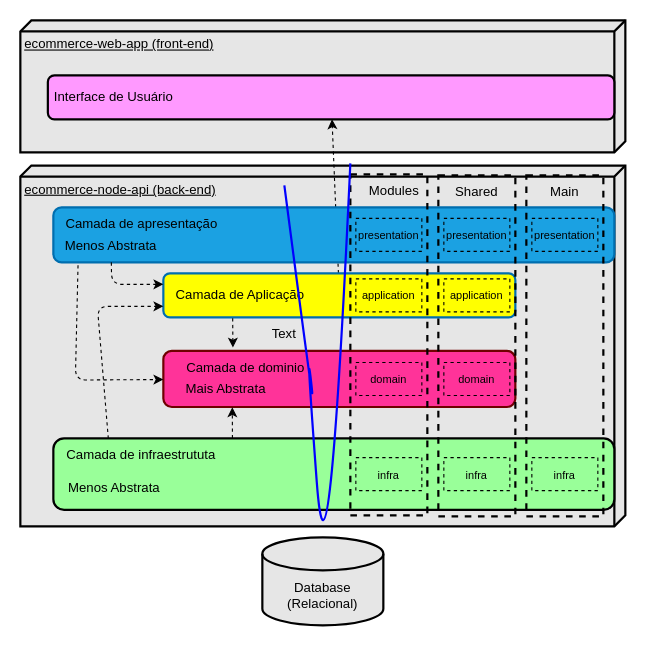
Above: page "Arquitetura em Camadas" (1 of 2) of requirements/ecommerce-arquitetura.drawio in EvilazioNeto/ecommerce-node-api (draw.io), before the change. Source tidied: cells renumbered, new cells numbered last; positions are measured from the earlier drawing's top-left corner, leaving out a move shared by most shapes. Both pictures are drawn from the tidied source at 110%, with x=0, y=0 at pixel (20, 20).
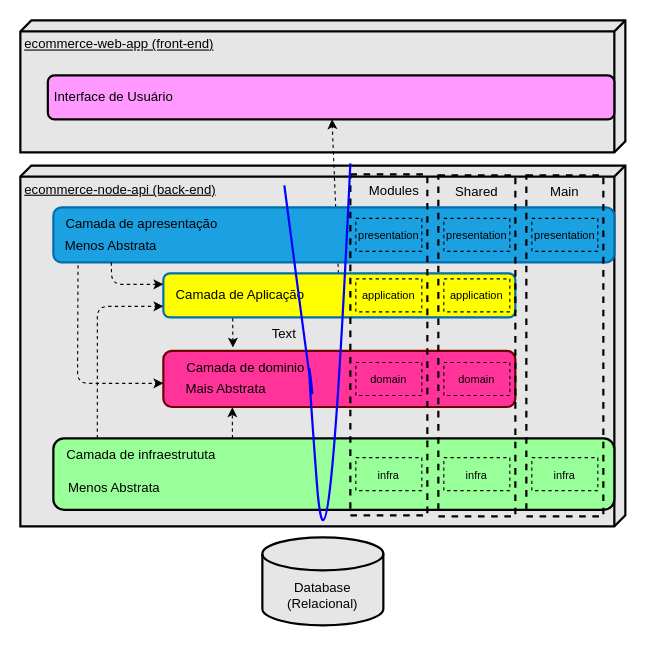
The same diagram, later.

Commit message (it also covers changes not shown here):
Implementando Testes Unitários para Casos de Uso da Camada de Aplicação: Recuperar Categoria Por Id

Unchanged cells that the change refers to:
```xml
<mxCell id="4" value="&lt;div style=&quot;&quot;&gt;&lt;br&gt;&lt;/div&gt;" style="rounded=1;whiteSpace=wrap;html=1;strokeWidth=2;align=center;fillColor=#FF3399;fontColor=#ffffff;strokeColor=#6F0000;points=[[0,0,0,0,0],[0,0.25,0,0,0],[0,0.51,0,0,0],[0,0.75,0,0,0],[0,1,0,0,0],[0.1,0,0,0,0],[0.25,1,0,0,0],[0.5,0,0,0,0],[0.5,1,0,0,0],[0.75,0,0,0,0],[0.75,1,0,0,0],[1,0,0,0,0],[1,0.25,0,0,0],[1,0.51,0,0,0],[1,0.75,0,0,0],[1,1,0,0,0]];" parent="1" vertex="1">
  <mxGeometry x="130" y="300.5" width="320" height="51" as="geometry" />
</mxCell>
<mxCell id="7" value="&lt;div style=&quot;&quot;&gt;&lt;br&gt;&lt;/div&gt;" style="rounded=1;whiteSpace=wrap;html=1;strokeWidth=2;align=center;fillColor=#FFFF00;fontColor=#ffffff;strokeColor=#006EAF;points=[[0,0,0,0,0],[0,0.25,0,0,0],[0,0.5,0,0,0],[0,0.75,0,0,0],[0,1,0,0,0],[0.09,1,0,0,0],[0.25,0,0,0,0],[0.5,0,0,0,0],[0.5,1,0,0,0],[0.75,0,0,0,0],[0.75,1,0,0,0],[1,0,0,0,0],[1,0.25,0,0,0],[1,0.5,0,0,0],[1,0.75,0,0,0],[1,1,0,0,0]];" parent="1" vertex="1">
  <mxGeometry x="130" y="230" width="320" height="40" as="geometry" />
</mxCell>
<mxCell id="12" value="&lt;div style=&quot;&quot;&gt;&lt;br&gt;&lt;/div&gt;" style="rounded=1;whiteSpace=wrap;html=1;strokeWidth=2;align=center;fillColor=#99FF99;points=[[0,0,0,0,0],[0,0.25,0,0,0],[0,0.51,0,0,0],[0,0.75,0,0,0],[0,1,0,0,0],[0.08,0,0,0,-5],[0.16,0,0,0,-5],[0.25,1,0,0,0],[0.47,0,0,0,0],[0.5,1,0,0,0],[0.75,1,0,0,0],[1,0,0,0,0],[1,0.25,0,0,0],[1,0.51,0,0,0],[1,0.75,0,0,0],[1,1,0,0,0]];strokeColor=#000000;" parent="1" vertex="1">
  <mxGeometry x="30" y="380" width="510" height="65" as="geometry" />
</mxCell>
<mxCell id="13" value="&lt;font color=&quot;#000000&quot;&gt;Camada de infraestrututa&lt;/font&gt;" style="text;html=1;strokeColor=none;fillColor=none;align=center;verticalAlign=middle;whiteSpace=wrap;rounded=0;strokeWidth=2;" parent="1" vertex="1">
  <mxGeometry x="35" y="380" width="150" height="30" as="geometry" />
</mxCell>
<mxCell id="17" value="&lt;div style=&quot;&quot;&gt;&lt;br&gt;&lt;/div&gt;" style="rounded=1;whiteSpace=wrap;html=1;strokeWidth=2;align=center;fillColor=#1ba1e2;fontColor=#ffffff;strokeColor=#006EAF;points=[[0,0,0,0,0],[0,0.26,0,0,0],[0,0.5,0,0,0],[0,0.74,0,0,0],[0,1,0,0,0],[0.05,0.88,0,0,0],[0.11,1,0,0,0],[0.25,0,0,0,0],[0.5,0,0,0,0],[0.75,0,0,0,0],[0.75,1,0,0,0],[1,0,0,0,0],[1,0.26,0,0,0],[1,0.5,0,0,0],[1,0.76,0,0,0],[1,1,0,0,0]];" parent="1" vertex="1">
  <mxGeometry x="30" y="170" width="510" height="50" as="geometry" />
</mxCell>
```

What changed in the source:
```diff
@@
-    <mxCell id="10" style="edgeStyle=none;rounded=1;html=1;entryX=0;entryY=0.75;entryDx=0;entryDy=0;entryPerimeter=0;dashed=1;strokeColor=#000000;fontColor=#000000;exitX=0.098;exitY=0.004;exitDx=0;exitDy=0;exitPerimeter=0;" parent="1" edge="1" source="12" target="7">
+    <mxCell id="10" style="edgeStyle=none;rounded=1;html=1;entryX=0;entryY=0.75;entryDx=0;entryDy=0;entryPerimeter=0;dashed=1;strokeColor=#000000;fontColor=#000000;exitX=0.233;exitY=0;exitDx=0;exitDy=0;exitPerimeter=0;" parent="1" edge="1" source="13" target="7">
       <mxGeometry relative="1" as="geometry">
         <Array as="points">
           <mxPoint x="70" y="260" />
         </Array>
       </mxGeometry>
     </mxCell>
@@
-    <mxCell id="18" style="edgeStyle=none;rounded=1;html=1;exitX=0.044;exitY=1.052;exitDx=0;exitDy=0;entryX=0;entryY=0.51;entryDx=0;entryDy=0;dashed=1;strokeColor=#000000;fontColor=#000000;exitPerimeter=0;entryPerimeter=0;" parent="1" edge="1" source="17" target="4">
+    <mxCell id="18" style="edgeStyle=none;rounded=1;html=1;exitX=0.044;exitY=1.052;exitDx=0;exitDy=0;dashed=1;strokeColor=#000000;fontColor=#000000;exitPerimeter=0;" parent="1" edge="1" source="17">
       <mxGeometry relative="1" as="geometry">
+        <mxPoint x="130" y="330" as="targetPoint" />
         <Array as="points">
-          <mxPoint x="50" y="327" />
+          <mxPoint x="52" y="330" />
         </Array>
       </mxGeometry>
     </mxCell>
```
